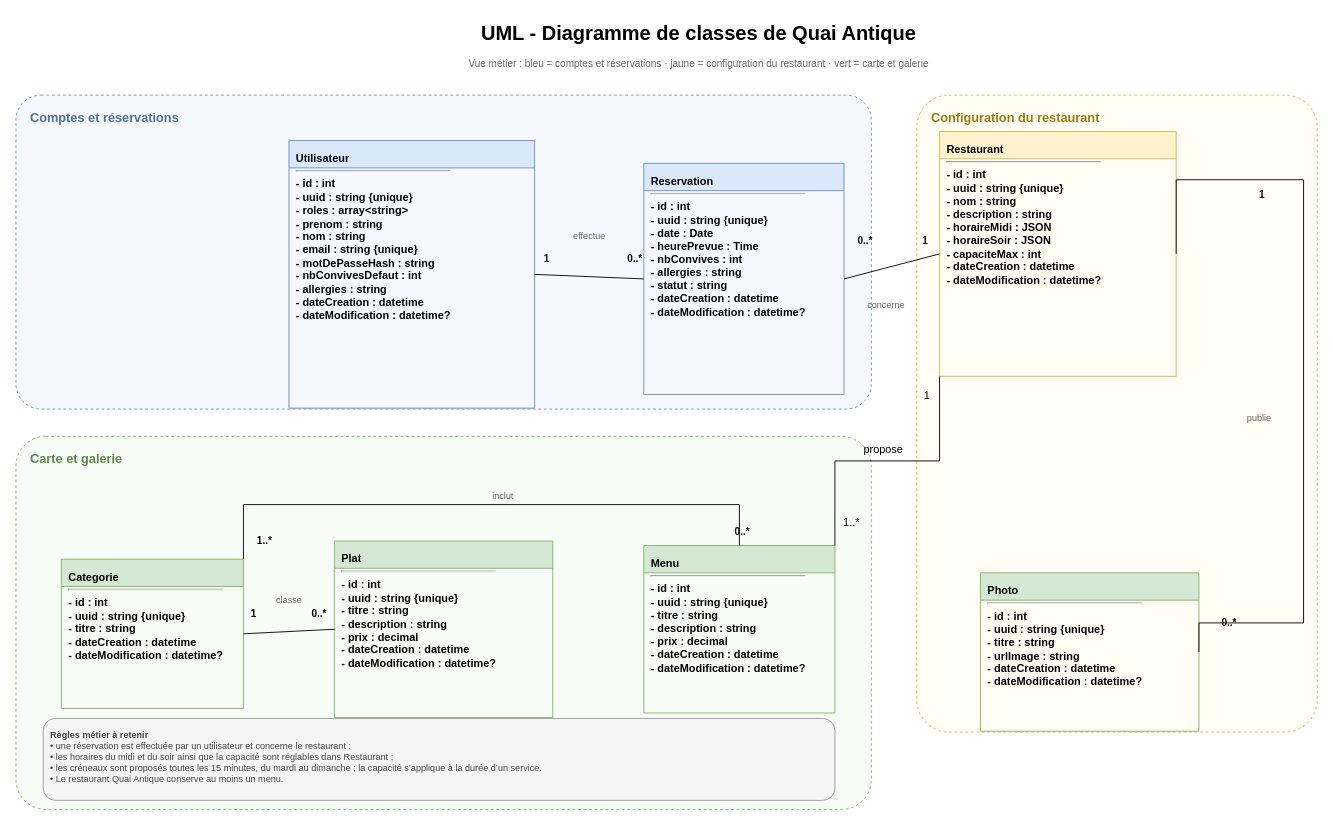
The draw.io diagram page "04 - UML Classes" (2 of 5) of docs/database/modelisation-quai-antique.drawio in elscribe/quai-antique, before the edit. Source tidied: cells renumbered, new cells numbered last; positions are measured from the earlier drawing's top-left corner, leaving out a move shared by most shapes. Both pictures are drawn from the tidied source at 91%, with x=0, y=0 at pixel (15, 15).
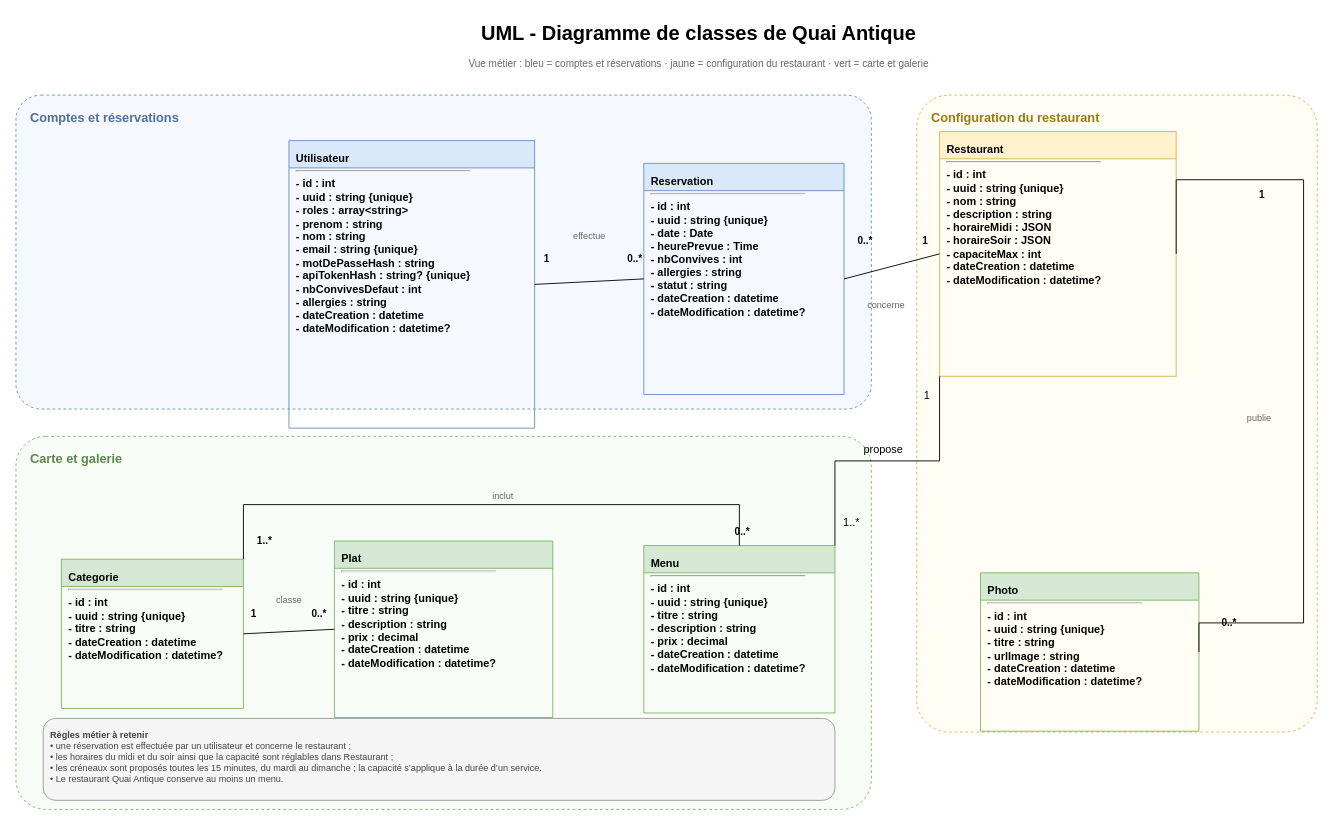
The same diagram, later.

The edit, as a diff of the source:
```diff
@@
-    <mxCell id="7" value="&lt;b&gt;Utilisateur&lt;/b&gt;&lt;hr/&gt;- id : int&lt;br/&gt;- uuid : string {unique}&lt;br/&gt;- roles : array&amp;lt;string&amp;gt;&lt;br/&gt;- prenom : string&lt;br/&gt;- nom : string&lt;br/&gt;- email : string {unique}&lt;br/&gt;- motDePasseHash : string&lt;br/&gt;- nbConvivesDefaut : int&lt;br/&gt;- allergies : string&lt;br/&gt;- dateCreation : datetime&lt;br/&gt;- dateModification : datetime?" style="swimlane;html=1;whiteSpace=wrap;horizontal=1;startSize=30;fillColor=#dae8fc;strokeColor=#6c8ebf;align=left;verticalAlign=top;spacing=8;fontSize=12;" parent="1" vertex="1">
-      <mxGeometry x="300" y="137" width="270" height="294" as="geometry" />
+    <mxCell id="7" value="&lt;b&gt;Utilisateur&lt;/b&gt;&lt;hr/&gt;- id : int&lt;br/&gt;- uuid : string {unique}&lt;br/&gt;- roles : array&amp;lt;string&amp;gt;&lt;br/&gt;- prenom : string&lt;br/&gt;- nom : string&lt;br/&gt;- email : string {unique}&lt;br/&gt;- motDePasseHash : string&lt;br/&gt;- apiTokenHash : string? {unique}&lt;br/&gt;- nbConvivesDefaut : int&lt;br/&gt;- allergies : string&lt;br/&gt;- dateCreation : datetime&lt;br/&gt;- dateModification : datetime?" style="swimlane;html=1;whiteSpace=wrap;horizontal=1;startSize=30;fillColor=#dae8fc;strokeColor=#6c8ebf;align=left;verticalAlign=top;spacing=8;fontSize=12;" parent="1" vertex="1">
+      <mxGeometry x="300" y="137" width="270" height="316" as="geometry" />
     </mxCell>
```
